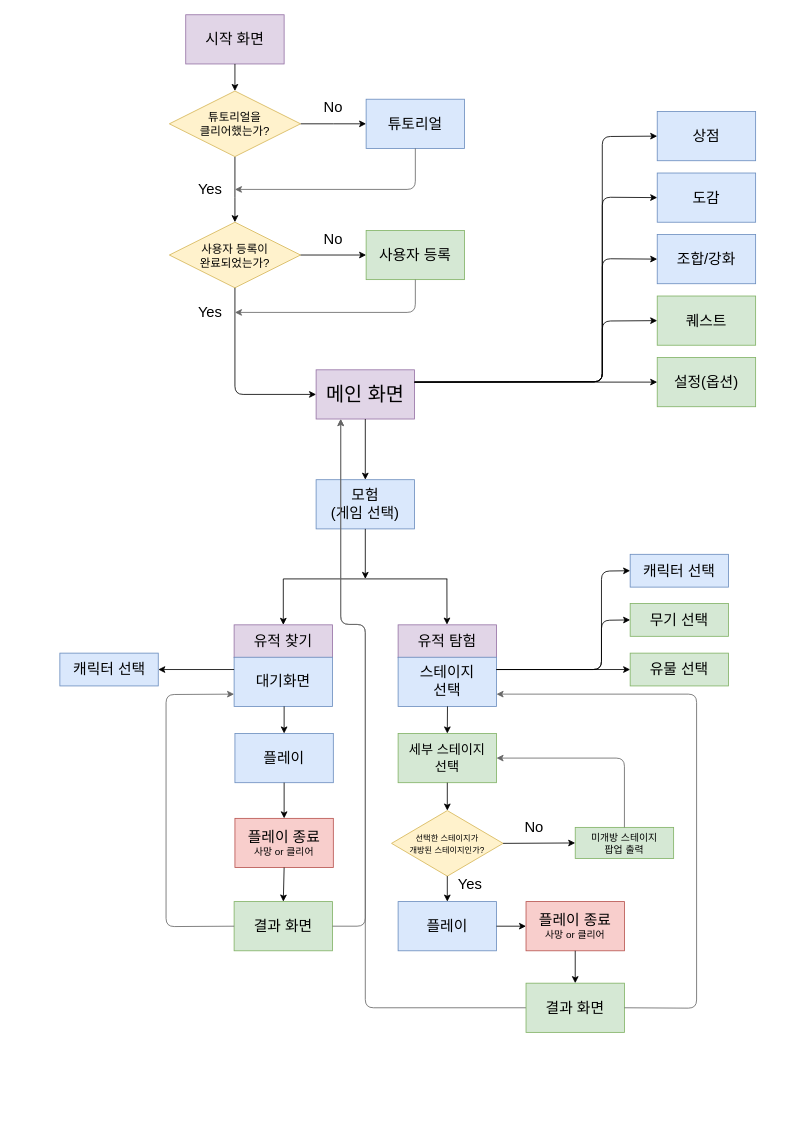
This is Untitled Diagram.drawio from dinenki71/UI, a draw.io file, before an edit. Source tidied: cells renumbered, new cells numbered last; positions are measured from the earlier drawing's top-left corner, leaving out a move shared by most shapes. Both pictures are drawn from the tidied source at 82%, with x=0, y=0 at pixel (59, 15).
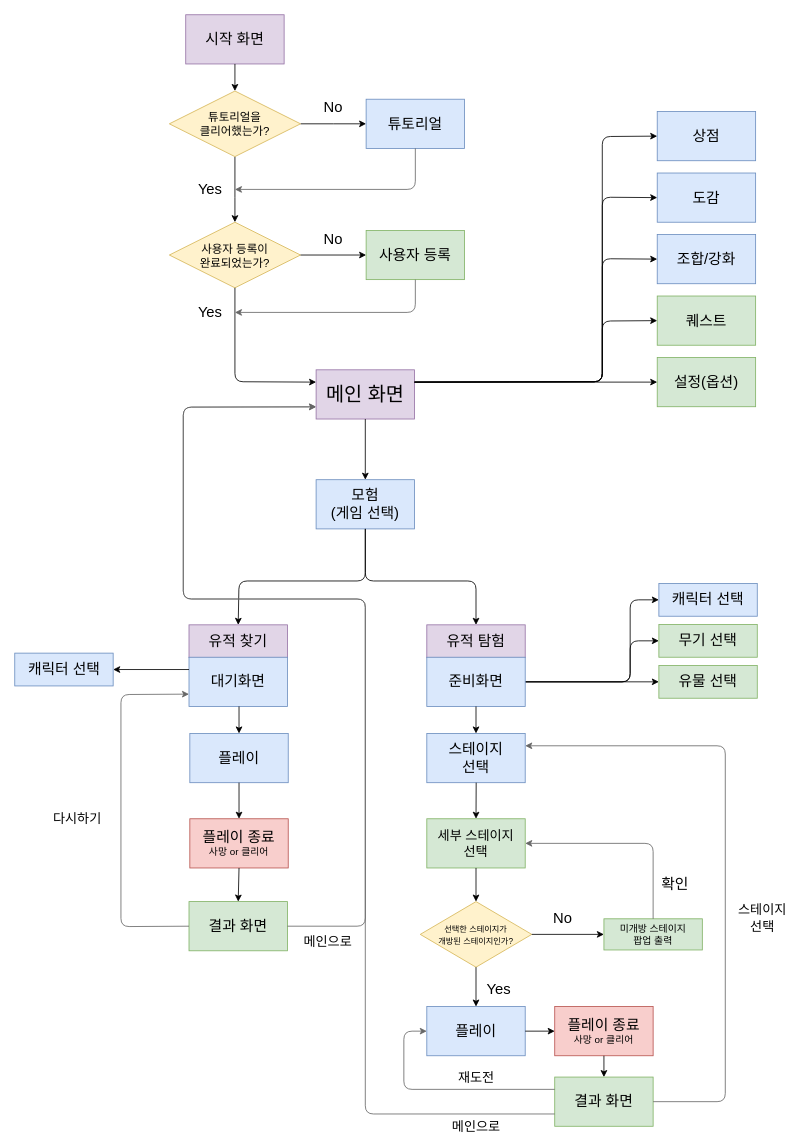
Above is the later version.

Unchanged cells that the change refers to:
```xml
<mxCell id="2" value="&lt;font style=&quot;font-size: 18px&quot;&gt;모험&lt;br&gt;(게임 선택)&lt;br&gt;&lt;/font&gt;" style="rounded=0;whiteSpace=wrap;html=1;fillColor=#dae8fc;strokeColor=#6c8ebf;" parent="1" vertex="1">
  <mxGeometry x="313" y="566.5" width="120" height="60" as="geometry" />
</mxCell>
<mxCell id="13" value="&lt;font&gt;&lt;font style=&quot;font-size: 14px&quot;&gt;사용자 등록이&lt;br&gt;완료되었는가?&lt;/font&gt;&lt;br&gt;&lt;/font&gt;" style="rhombus;whiteSpace=wrap;html=1;fillColor=#fff2cc;strokeColor=#d6b656;" parent="1" vertex="1">
  <mxGeometry x="134" y="252.5" width="160" height="80" as="geometry" />
</mxCell>
<mxCell id="14" value="&lt;font style=&quot;font-size: 24px&quot;&gt;메인 화면&lt;/font&gt;" style="rounded=0;whiteSpace=wrap;html=1;fillColor=#e1d5e7;strokeColor=#9673a6;" parent="1" vertex="1">
  <mxGeometry x="313" y="432.5" width="120" height="60" as="geometry" />
</mxCell>
```

Diff of the diagram source:
```diff
@@
-    <mxCell id="15" style="endArrow=classic;html=1;entryX=0;entryY=0.5;entryDx=0;entryDy=0;exitX=0.5;exitY=1;exitDx=0;exitDy=0;" parent="1" edge="1" source="13" target="14">
+    <mxCell id="15" style="endArrow=classic;html=1;entryX=0;entryY=0.25;entryDx=0;entryDy=0;exitX=0.5;exitY=1;exitDx=0;exitDy=0;" parent="1" edge="1" source="13" target="14">
       <mxGeometry relative="1" as="geometry">
         <Array as="points">
-          <mxPoint x="214" y="462.5" />
+          <mxPoint x="214" y="447" />
         </Array>
       </mxGeometry>
     </mxCell>
@@
-    <mxCell id="25" style="endArrow=none;html=1;" parent="1" edge="1">
-      <mxGeometry relative="1" as="geometry">
-        <mxPoint x="273" y="687.5" as="sourcePoint" />
-        <mxPoint x="473" y="687.5" as="targetPoint" />
-      </mxGeometry>
-    </mxCell>
     <mxCell id="26" value="&lt;font style=&quot;font-size: 18px&quot;&gt;유적 찾기&lt;/font&gt;" style="rounded=0;whiteSpace=wrap;html=1;fillColor=#e1d5e7;strokeColor=#9673a6;" parent="1" vertex="1">
-      <mxGeometry x="213" y="743.5" width="120" height="40" as="geometry" />
+      <mxGeometry x="158" y="743.5" width="120" height="40" as="geometry" />
     </mxCell>
     <mxCell id="27" value="&lt;font style=&quot;font-size: 18px&quot;&gt;유적 탐험&lt;/font&gt;" style="rounded=0;whiteSpace=wrap;html=1;fillColor=#e1d5e7;strokeColor=#9673a6;" parent="1" vertex="1">
-      <mxGeometry x="413" y="743.5" width="120" height="40" as="geometry" />
+      <mxGeometry x="448" y="743.5" width="120" height="40" as="geometry" />
     </mxCell>
     <mxCell id="28" value="&lt;font style=&quot;font-size: 18px&quot;&gt;스테이지&lt;br&gt;선택&lt;/font&gt;&lt;br&gt;" style="rounded=0;whiteSpace=wrap;html=1;fillColor=#dae8fc;strokeColor=#6c8ebf;" parent="1" vertex="1">
-      <mxGeometry x="413" y="783" width="120" height="60" as="geometry" />
+      <mxGeometry x="448" y="876" width="120" height="60" as="geometry" />
     </mxCell>
-    <mxCell id="29" style="endArrow=classic;html=1;entryX=0.5;entryY=0;entryDx=0;entryDy=0;" parent="1" edge="1" target="26">
-      <mxGeometry relative="1" as="geometry">
-        <mxPoint x="273" y="687.5" as="sourcePoint" />
-        <Array as="points">
-          <mxPoint x="273" y="687.5" />
-        </Array>
-      </mxGeometry>
-    </mxCell>
-    <mxCell id="30" style="endArrow=classic;html=1;entryX=0.5;entryY=0;entryDx=0;entryDy=0;" parent="1" edge="1">
-      <mxGeometry relative="1" as="geometry">
-        <mxPoint x="472.5" y="687.5" as="sourcePoint" />
-        <mxPoint x="472.6" y="743.2" as="targetPoint" />
-        <Array as="points">
-          <mxPoint x="472.5" y="687.5" />
-        </Array>
-      </mxGeometry>
-    </mxCell>
     <mxCell id="31" value="&lt;font style=&quot;font-size: 18px&quot;&gt;대기화면&lt;/font&gt;" style="rounded=0;whiteSpace=wrap;html=1;fillColor=#dae8fc;strokeColor=#6c8ebf;" parent="1" vertex="1">
-      <mxGeometry x="213" y="783" width="120" height="60" as="geometry" />
+      <mxGeometry x="158" y="783" width="120" height="60" as="geometry" />
     </mxCell>
     <mxCell id="32" value="&lt;font style=&quot;font-size: 18px&quot;&gt;플레이&lt;br&gt;&lt;/font&gt;" style="rounded=0;whiteSpace=wrap;html=1;fillColor=#dae8fc;strokeColor=#6c8ebf;" parent="1" vertex="1">
-      <mxGeometry x="214" y="876" width="120" height="60" as="geometry" />
+      <mxGeometry x="159" y="876" width="120" height="60" as="geometry" />
     </mxCell>
     <mxCell id="33" style="endArrow=classic;html=1;entryX=0.5;entryY=0;entryDx=0;entryDy=0;" parent="1" edge="1" target="32">
       <mxGeometry relative="1" as="geometry">
-        <mxPoint x="274" y="843" as="sourcePoint" />
+        <mxPoint x="219" y="843" as="sourcePoint" />
         <Array as="points">
-          <mxPoint x="274" y="843" />
+          <mxPoint x="219" y="843" />
         </Array>
       </mxGeometry>
     </mxCell>
     <mxCell id="34" value="&lt;span style=&quot;font-size: 18px&quot;&gt;플레이&lt;/span&gt;&lt;br&gt;" style="rounded=0;whiteSpace=wrap;html=1;fillColor=#dae8fc;strokeColor=#6c8ebf;" parent="1" vertex="1">
-      <mxGeometry x="413" y="1081" width="120" height="60" as="geometry" />
+      <mxGeometry x="448" y="1209" width="120" height="60" as="geometry" />
     </mxCell>
     <mxCell id="35" style="endArrow=classic;html=1;exitX=0.5;exitY=1;exitDx=0;exitDy=0;entryX=0.5;entryY=0;entryDx=0;entryDy=0;" parent="1" edge="1" target="51">
       <mxGeometry relative="1" as="geometry">
-        <mxPoint x="473.2" y="843" as="sourcePoint" />
+        <mxPoint x="508.2" y="936" as="sourcePoint" />
       </mxGeometry>
     </mxCell>
@@
     <mxCell id="37" style="endArrow=classic;html=1;exitX=0.5;exitY=1;exitDx=0;exitDy=0;entryX=0.5;entryY=0;entryDx=0;entryDy=0;" parent="1" edge="1" target="53">
       <mxGeometry relative="1" as="geometry">
-        <mxPoint x="274" y="936" as="sourcePoint" />
+        <mxPoint x="219" y="936" as="sourcePoint" />
       </mxGeometry>
     </mxCell>
-    <mxCell id="38" style="endArrow=classic;html=1;entryX=0.25;entryY=1;entryDx=0;entryDy=0;fillColor=#f5f5f5;strokeColor=#666666;exitX=0;exitY=0.5;exitDx=0;exitDy=0;" parent="1" edge="1" source="58" target="14">
-      <mxGeometry relative="1" as="geometry">
-        <Array as="points">
-          <mxPoint x="373" y="1210.5" />
-          <mxPoint x="373" y="743" />
-          <mxPoint x="343" y="743" />
-        </Array>
-      </mxGeometry>
-    </mxCell>
@@
-    <mxCell id="40" style="endArrow=classic;html=1;exitX=0.5;exitY=1;exitDx=0;exitDy=0;" parent="1" edge="1" source="2">
+    <mxCell id="40" style="endArrow=classic;html=1;exitX=0.5;exitY=1;exitDx=0;exitDy=0;entryX=0.5;entryY=0;entryDx=0;entryDy=0;" parent="1" edge="1" source="2" target="26">
       <mxGeometry relative="1" as="geometry">
-        <mxPoint x="373" y="687.5" as="targetPoint" />
+        <Array as="points">
+          <mxPoint x="373" y="690" />
+          <mxPoint x="219" y="690" />
+        </Array>
       </mxGeometry>
     </mxCell>
@@
     <mxCell id="42" value="&lt;font style=&quot;font-size: 18px&quot;&gt;캐릭터 선택&lt;/font&gt;" style="rounded=0;whiteSpace=wrap;html=1;fillColor=#dae8fc;strokeColor=#6c8ebf;" parent="1" vertex="1">
-      <mxGeometry x="0.5" y="778" width="120" height="40" as="geometry" />
+      <mxGeometry x="-54.5" y="778" width="120" height="40" as="geometry" />
     </mxCell>
     <mxCell id="43" value="&lt;font style=&quot;font-size: 18px&quot;&gt;캐릭터 선택&lt;/font&gt;" style="rounded=0;whiteSpace=wrap;html=1;fillColor=#dae8fc;strokeColor=#6c8ebf;" parent="1" vertex="1">
-      <mxGeometry x="696" y="657.5" width="120" height="40" as="geometry" />
+      <mxGeometry x="731" y="693" width="120" height="40" as="geometry" />
     </mxCell>
     <mxCell id="44" value="&lt;font style=&quot;font-size: 18px&quot;&gt;유물 선택&lt;br&gt;&lt;/font&gt;" style="rounded=0;whiteSpace=wrap;html=1;fillColor=#d5e8d4;strokeColor=#82b366;" parent="1" vertex="1">
-      <mxGeometry x="696" y="778" width="120" height="40" as="geometry" />
+      <mxGeometry x="731" y="793" width="120" height="40" as="geometry" />
     </mxCell>
     <mxCell id="45" value="&lt;font style=&quot;font-size: 18px&quot;&gt;무기 선택&lt;br&gt;&lt;/font&gt;" style="rounded=0;whiteSpace=wrap;html=1;fillColor=#d5e8d4;strokeColor=#82b366;" parent="1" vertex="1">
-      <mxGeometry x="696" y="717.5" width="120" height="40" as="geometry" />
+      <mxGeometry x="731" y="743" width="120" height="40" as="geometry" />
     </mxCell>
     <mxCell id="46" value="&lt;font style=&quot;font-size: 10px&quot;&gt;선택한 스테이지가&lt;br&gt;개방된 스테이지인가?&lt;/font&gt;&lt;br&gt;" style="rhombus;whiteSpace=wrap;html=1;fillColor=#fff2cc;strokeColor=#d6b656;" parent="1" vertex="1">
-      <mxGeometry x="405" y="970" width="136" height="80" as="geometry" />
+      <mxGeometry x="440" y="1081" width="136" height="80" as="geometry" />
     </mxCell>
@@
     <mxCell id="48" value="&lt;font style=&quot;font-size: 12px&quot;&gt;미개방 스테이지&lt;br&gt;팝업 출력&lt;/font&gt;&lt;br&gt;" style="rounded=0;whiteSpace=wrap;html=1;fillColor=#d5e8d4;strokeColor=#82b366;" parent="1" vertex="1">
-      <mxGeometry x="629" y="990.5" width="120" height="38" as="geometry" />
+      <mxGeometry x="664" y="1102" width="120" height="38" as="geometry" />
     </mxCell>
@@
     <mxCell id="50" style="endArrow=classic;html=1;exitX=0.5;exitY=0;exitDx=0;exitDy=0;entryX=1;entryY=0.5;entryDx=0;entryDy=0;fillColor=#f5f5f5;strokeColor=#666666;" parent="1" edge="1" source="48" target="51">
       <mxGeometry relative="1" as="geometry">
         <Array as="points">
-          <mxPoint x="689" y="906" />
+          <mxPoint x="724" y="1010" />
         </Array>
       </mxGeometry>
     </mxCell>
     <mxCell id="51" value="&lt;font style=&quot;font-size: 16px&quot;&gt;세부 스테이지&lt;br&gt;선택&lt;/font&gt;&lt;br&gt;" style="rounded=0;whiteSpace=wrap;html=1;fillColor=#d5e8d4;strokeColor=#82b366;" parent="1" vertex="1">
-      <mxGeometry x="413" y="876" width="120" height="60" as="geometry" />
+      <mxGeometry x="448" y="980" width="120" height="60" as="geometry" />
     </mxCell>
@@
     <mxCell id="53" value="&lt;span style=&quot;font-size: 18px&quot;&gt;플레이 종료&lt;br&gt;&lt;/span&gt;사망 or 클리어&lt;br&gt;" style="rounded=0;whiteSpace=wrap;html=1;fillColor=#f8cecc;strokeColor=#b85450;" parent="1" vertex="1">
-      <mxGeometry x="214" y="979.5" width="120" height="60" as="geometry" />
+      <mxGeometry x="159" y="980" width="120" height="60" as="geometry" />
     </mxCell>
     <mxCell id="54" value="&lt;span style=&quot;font-size: 18px&quot;&gt;결과 화면&lt;/span&gt;&lt;br&gt;" style="rounded=0;whiteSpace=wrap;html=1;fillColor=#d5e8d4;strokeColor=#82b366;" parent="1" vertex="1">
-      <mxGeometry x="213" y="1081" width="120" height="60" as="geometry" />
+      <mxGeometry x="158" y="1081" width="120" height="60" as="geometry" />
     </mxCell>
@@
     <mxCell id="56" style="endArrow=classic;html=1;entryX=0;entryY=0.75;entryDx=0;entryDy=0;exitX=0;exitY=0.5;exitDx=0;exitDy=0;fillColor=#f5f5f5;strokeColor=#666666;" parent="1" edge="1" source="54" target="31">
       <mxGeometry relative="1" as="geometry">
         <Array as="points">
-          <mxPoint x="130" y="1111.5" />
-          <mxPoint x="130" y="828.5" />
+          <mxPoint x="75" y="1111.5" />
+          <mxPoint x="75" y="828.5" />
         </Array>
       </mxGeometry>
     </mxCell>
     <mxCell id="57" value="&lt;span style=&quot;font-size: 18px&quot;&gt;플레이 종료&lt;br&gt;&lt;/span&gt;사망 or 클리어&lt;br&gt;" style="rounded=0;whiteSpace=wrap;html=1;fillColor=#f8cecc;strokeColor=#b85450;" parent="1" vertex="1">
-      <mxGeometry x="569" y="1081" width="120" height="60" as="geometry" />
+      <mxGeometry x="604" y="1209" width="120" height="60" as="geometry" />
     </mxCell>
     <mxCell id="58" value="&lt;span style=&quot;font-size: 18px&quot;&gt;결과 화면&lt;/span&gt;&lt;br&gt;" style="rounded=0;whiteSpace=wrap;html=1;fillColor=#d5e8d4;strokeColor=#82b366;" parent="1" vertex="1">
-      <mxGeometry x="569" y="1180.5" width="120" height="60" as="geometry" />
+      <mxGeometry x="604" y="1295" width="120" height="60" as="geometry" />
     </mxCell>
@@
     <mxCell id="60" value="&lt;font style=&quot;font-size: 18px&quot;&gt;Yes&lt;/font&gt;" style="text;html=1;strokeColor=none;fillColor=none;align=center;verticalAlign=middle;whiteSpace=wrap;rounded=0;" parent="1" vertex="1">
-      <mxGeometry x="481" y="1050" width="40" height="20" as="geometry" />
+      <mxGeometry x="516" y="1178" width="40" height="20" as="geometry" />
     </mxCell>
     <mxCell id="61" value="&lt;font style=&quot;font-size: 18px&quot;&gt;No&lt;/font&gt;" style="text;html=1;strokeColor=none;fillColor=none;align=center;verticalAlign=middle;whiteSpace=wrap;rounded=0;" parent="1" vertex="1">
-      <mxGeometry x="558.5" y="980.5" width="40" height="20" as="geometry" />
+      <mxGeometry x="593.5" y="1092" width="40" height="20" as="geometry" />
     </mxCell>
-    <mxCell id="62" style="endArrow=classic;html=1;fillColor=#f5f5f5;strokeColor=#666666;entryX=1;entryY=0.75;entryDx=0;entryDy=0;exitX=1;exitY=0.5;exitDx=0;exitDy=0;" parent="1" edge="1" source="58" target="28">
+    <mxCell id="62" style="endArrow=classic;html=1;fillColor=#f5f5f5;strokeColor=#666666;entryX=1;entryY=0.25;entryDx=0;entryDy=0;exitX=1;exitY=0.5;exitDx=0;exitDy=0;" parent="1" edge="1" source="58" target="28">
       <mxGeometry relative="1" as="geometry">
         <Array as="points">
-          <mxPoint x="777" y="1211" />
-          <mxPoint x="777" y="828" />
+          <mxPoint x="812" y="1325" />
+          <mxPoint x="812" y="891" />
         </Array>
       </mxGeometry>
     </mxCell>
-    <mxCell id="63" style="endArrow=classic;html=1;fillColor=#f5f5f5;strokeColor=#666666;entryX=0.25;entryY=1;entryDx=0;entryDy=0;exitX=1;exitY=0.5;exitDx=0;exitDy=0;" parent="1" edge="1" source="54" target="14">
+    <mxCell id="63" style="endArrow=classic;html=1;fillColor=#f5f5f5;strokeColor=#666666;entryX=0;entryY=0.75;entryDx=0;entryDy=0;exitX=1;exitY=0.5;exitDx=0;exitDy=0;" parent="1" edge="1" source="54" target="14">
       <mxGeometry relative="1" as="geometry">
         <Array as="points">
           <mxPoint x="373" y="1111" />
-          <mxPoint x="373" y="743" />
-          <mxPoint x="343" y="743" />
+          <mxPoint x="373" y="712" />
+          <mxPoint x="151" y="712" />
+          <mxPoint x="151" y="478" />
         </Array>
       </mxGeometry>
     </mxCell>
@@
-    <mxCell id="69" style="endArrow=classic;html=1;exitX=1;exitY=0.25;exitDx=0;exitDy=0;entryX=0;entryY=0.5;entryDx=0;entryDy=0;" parent="1" edge="1" source="28" target="44">
+    <mxCell id="69" style="endArrow=classic;html=1;exitX=1;exitY=0.5;exitDx=0;exitDy=0;entryX=0;entryY=0.5;entryDx=0;entryDy=0;" parent="1" edge="1" source="75" target="44">
       <mxGeometry relative="1" as="geometry" />
     </mxCell>
-    <mxCell id="70" style="endArrow=classic;html=1;exitX=1;exitY=0.25;exitDx=0;exitDy=0;entryX=0;entryY=0.5;entryDx=0;entryDy=0;" parent="1" edge="1" source="28" target="43">
+    <mxCell id="70" style="endArrow=classic;html=1;exitX=1;exitY=0.5;exitDx=0;exitDy=0;entryX=0;entryY=0.5;entryDx=0;entryDy=0;" parent="1" edge="1" source="75" target="43">
       <mxGeometry relative="1" as="geometry">
         <Array as="points">
-          <mxPoint x="661" y="798" />
-          <mxPoint x="661" y="678" />
+          <mxPoint x="696" y="813" />
+          <mxPoint x="696" y="713" />
         </Array>
       </mxGeometry>
     </mxCell>
-    <mxCell id="71" style="endArrow=classic;html=1;exitX=1;exitY=0.25;exitDx=0;exitDy=0;entryX=0;entryY=0.5;entryDx=0;entryDy=0;" parent="1" edge="1" source="28" target="45">
+    <mxCell id="71" style="endArrow=classic;html=1;exitX=1;exitY=0.5;exitDx=0;exitDy=0;entryX=0;entryY=0.5;entryDx=0;entryDy=0;" parent="1" edge="1" source="75" target="45">
       <mxGeometry relative="1" as="geometry">
         <Array as="points">
-          <mxPoint x="661" y="798" />
-          <mxPoint x="661" y="738" />
+          <mxPoint x="696" y="813" />
+          <mxPoint x="696" y="763" />
         </Array>
       </mxGeometry>
     </mxCell>
+    <mxCell id="72" value="&lt;font&gt;&lt;font style=&quot;font-size: 16px&quot;&gt;다시하기&lt;/font&gt;&lt;/font&gt;" style="text;html=1;strokeColor=none;fillColor=none;align=center;verticalAlign=middle;whiteSpace=wrap;rounded=0;" parent="1" vertex="1">
+      <mxGeometry x="-22.5" y="969.5" width="88" height="20" as="geometry" />
+    </mxCell>
+    <mxCell id="73" value="&lt;font&gt;&lt;font style=&quot;font-size: 16px&quot;&gt;스테이지&lt;br&gt;선택&lt;br&gt;&lt;/font&gt;&lt;/font&gt;" style="text;html=1;strokeColor=none;fillColor=none;align=center;verticalAlign=middle;whiteSpace=wrap;rounded=0;" parent="1" vertex="1">
+      <mxGeometry x="824" y="1091" width="67" height="20" as="geometry" />
+    </mxCell>
+    <mxCell id="74" style="endArrow=classic;html=1;entryX=0;entryY=0.5;entryDx=0;entryDy=0;exitX=0;exitY=0.25;exitDx=0;exitDy=0;fillColor=#f5f5f5;strokeColor=#666666;" parent="1" edge="1" source="58" target="34">
+      <mxGeometry relative="1" as="geometry">
+        <Array as="points">
+          <mxPoint x="420" y="1310" />
+          <mxPoint x="420" y="1239" />
+        </Array>
+      </mxGeometry>
+    </mxCell>
+    <mxCell id="75" value="&lt;span style=&quot;font-size: 18px&quot;&gt;준비화면&lt;/span&gt;&lt;br&gt;" style="rounded=0;whiteSpace=wrap;html=1;fillColor=#dae8fc;strokeColor=#6c8ebf;" parent="1" vertex="1">
+      <mxGeometry x="448" y="783" width="120" height="60" as="geometry" />
+    </mxCell>
+    <mxCell id="76" style="endArrow=classic;html=1;exitX=0.5;exitY=1;exitDx=0;exitDy=0;entryX=0.5;entryY=0;entryDx=0;entryDy=0;" parent="1" edge="1" source="75" target="28">
+      <mxGeometry relative="1" as="geometry" />
+    </mxCell>
+    <mxCell id="77" style="endArrow=classic;html=1;exitX=0.5;exitY=1;exitDx=0;exitDy=0;entryX=0.5;entryY=0;entryDx=0;entryDy=0;" parent="1" edge="1" source="2" target="27">
+      <mxGeometry relative="1" as="geometry">
+        <Array as="points">
+          <mxPoint x="373" y="690" />
+          <mxPoint x="508" y="690" />
+        </Array>
+      </mxGeometry>
+    </mxCell>
+    <mxCell id="78" value="&lt;font&gt;&lt;font style=&quot;font-size: 16px&quot;&gt;재도전&lt;br&gt;&lt;/font&gt;&lt;/font&gt;" style="text;html=1;strokeColor=none;fillColor=none;align=center;verticalAlign=middle;whiteSpace=wrap;rounded=0;" parent="1" vertex="1">
+      <mxGeometry x="474.5" y="1285" width="67" height="20" as="geometry" />
+    </mxCell>
+    <mxCell id="79" value="&lt;font&gt;&lt;font style=&quot;font-size: 16px&quot;&gt;메인으로&lt;br&gt;&lt;/font&gt;&lt;/font&gt;" style="text;html=1;strokeColor=none;fillColor=none;align=center;verticalAlign=middle;whiteSpace=wrap;rounded=0;" parent="1" vertex="1">
+      <mxGeometry x="474.5" y="1345" width="67" height="20" as="geometry" />
+    </mxCell>
+    <mxCell id="80" value="&lt;span style=&quot;font-size: 18px&quot;&gt;확인&lt;/span&gt;" style="text;html=1;strokeColor=none;fillColor=none;align=center;verticalAlign=middle;whiteSpace=wrap;rounded=0;" parent="1" vertex="1">
+      <mxGeometry x="731" y="1050" width="40" height="20" as="geometry" />
+    </mxCell>
+    <mxCell id="81" value="&lt;font&gt;&lt;font style=&quot;font-size: 16px&quot;&gt;메인으로&lt;br&gt;&lt;/font&gt;&lt;/font&gt;" style="text;html=1;strokeColor=none;fillColor=none;align=center;verticalAlign=middle;whiteSpace=wrap;rounded=0;" parent="1" vertex="1">
+      <mxGeometry x="294" y="1120" width="67" height="20" as="geometry" />
+    </mxCell>
+    <mxCell id="82" style="endArrow=classic;html=1;fillColor=#f5f5f5;strokeColor=#666666;entryX=0;entryY=0.75;entryDx=0;entryDy=0;exitX=0;exitY=0.75;exitDx=0;exitDy=0;" parent="1" edge="1" source="58">
+      <mxGeometry relative="1" as="geometry">
+        <mxPoint x="312.9" y="477.8" as="targetPoint" />
+        <Array as="points">
+          <mxPoint x="373" y="1340" />
+          <mxPoint x="373" y="712" />
+          <mxPoint x="151" y="712" />
+          <mxPoint x="151" y="478" />
+        </Array>
+      </mxGeometry>
+    </mxCell>
```
